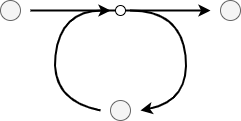
This is specification/src/assets/diagrams/EdgeLoop.png from epi-project/brane-documentation, a draw.io export, as it was before one commit. Source tidied: cells renumbered, new cells last; positions are measured from the earlier drawing's top-left corner, leaving out a move shared by most shapes. The source it was exported from:
```xml
<mxGraphModel>
  <root>
    <mxCell id="0" />
    <mxCell id="1" parent="0" />
    <mxCell id="2" style="ellipse;whiteSpace=wrap;html=1;fillColor=#f5f5f5;fontColor=#333333;strokeColor=#666666;" parent="1" vertex="1">
      <mxGeometry width="20" height="20" as="geometry" />
    </mxCell>
    <mxCell id="3" style="endArrow=classic;html=1;rounded=0;strokeWidth=2;endFill=1;" parent="1" edge="1">
      <mxGeometry relative="1" as="geometry">
        <mxPoint x="30" y="10" as="sourcePoint" />
        <mxPoint x="210" y="10" as="targetPoint" />
      </mxGeometry>
    </mxCell>
    <mxCell id="4" style="ellipse;whiteSpace=wrap;html=1;fillColor=#f5f5f5;fontColor=#333333;strokeColor=#666666;" parent="1" vertex="1">
      <mxGeometry x="110" y="100" width="20" height="20" as="geometry" />
    </mxCell>
    <mxCell id="5" style="ellipse;whiteSpace=wrap;html=1;fillColor=#f5f5f5;fontColor=#333333;strokeColor=#666666;" parent="1" vertex="1">
      <mxGeometry x="220" width="20" height="20" as="geometry" />
    </mxCell>
    <mxCell id="6" style="curved=1;endArrow=classic;html=1;rounded=0;strokeWidth=2;" parent="1" edge="1">
      <mxGeometry relative="1" as="geometry">
        <mxPoint x="130" y="10" as="sourcePoint" />
        <mxPoint x="140" y="110" as="targetPoint" />
        <Array as="points">
          <mxPoint x="180" y="10" />
          <mxPoint x="190" y="100" />
        </Array>
      </mxGeometry>
    </mxCell>
    <mxCell id="7" style="ellipse;whiteSpace=wrap;html=1;" parent="1" vertex="1">
      <mxGeometry x="115" y="5" width="10" height="10" as="geometry" />
    </mxCell>
    <mxCell id="8" style="curved=1;endArrow=classic;html=1;rounded=0;strokeWidth=2;" parent="1" edge="1">
      <mxGeometry relative="1" as="geometry">
        <mxPoint x="100" y="110" as="sourcePoint" />
        <mxPoint x="110" y="10" as="targetPoint" />
        <Array as="points">
          <mxPoint x="50" y="100" />
          <mxPoint x="60" y="10" />
        </Array>
      </mxGeometry>
    </mxCell>
  </root>
</mxGraphModel>
```
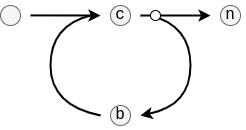
Above is the later version.

What changed in the source:
```diff
@@ -7,38 +7,56 @@
     </mxCell>
     <mxCell id="3" style="endArrow=classic;html=1;rounded=0;strokeWidth=2;endFill=1;" parent="1" edge="1">
       <mxGeometry relative="1" as="geometry">
-        <mxPoint x="30" y="10" as="sourcePoint" />
+        <mxPoint x="140" y="10" as="sourcePoint" />
         <mxPoint x="210" y="10" as="targetPoint" />
       </mxGeometry>
     </mxCell>
-    <mxCell id="4" style="ellipse;whiteSpace=wrap;html=1;fillColor=#f5f5f5;fontColor=#333333;strokeColor=#666666;" parent="1" vertex="1">
+    <mxCell id="4" style="ellipse;whiteSpace=wrap;html=1;fillColor=#f5f5f5;fontColor=#333333;strokeColor=#666666;fontFamily=Courier New;" parent="1" vertex="1">
       <mxGeometry x="110" y="100" width="20" height="20" as="geometry" />
     </mxCell>
-    <mxCell id="5" style="ellipse;whiteSpace=wrap;html=1;fillColor=#f5f5f5;fontColor=#333333;strokeColor=#666666;" parent="1" vertex="1">
+    <mxCell id="5" style="ellipse;whiteSpace=wrap;html=1;fillColor=#f5f5f5;fontColor=#333333;strokeColor=#666666;fontFamily=Courier New;" parent="1" vertex="1">
       <mxGeometry x="220" width="20" height="20" as="geometry" />
     </mxCell>
     <mxCell id="6" style="curved=1;endArrow=classic;html=1;rounded=0;strokeWidth=2;" parent="1" edge="1">
       <mxGeometry relative="1" as="geometry">
-        <mxPoint x="130" y="10" as="sourcePoint" />
+        <mxPoint x="150" y="10" as="sourcePoint" />
         <mxPoint x="140" y="110" as="targetPoint" />
         <Array as="points">
-          <mxPoint x="180" y="10" />
+          <mxPoint x="190" y="20" />
           <mxPoint x="190" y="100" />
         </Array>
       </mxGeometry>
     </mxCell>
     <mxCell id="7" style="ellipse;whiteSpace=wrap;html=1;" parent="1" vertex="1">
-      <mxGeometry x="115" y="5" width="10" height="10" as="geometry" />
+      <mxGeometry x="150" y="5" width="10" height="10" as="geometry" />
     </mxCell>
-    <mxCell id="8" style="curved=1;endArrow=classic;html=1;rounded=0;strokeWidth=2;" parent="1" edge="1">
+    <mxCell id="8" style="curved=1;endArrow=none;html=1;rounded=0;strokeWidth=2;endFill=0;" parent="1" edge="1">
       <mxGeometry relative="1" as="geometry">
         <mxPoint x="100" y="110" as="sourcePoint" />
-        <mxPoint x="110" y="10" as="targetPoint" />
+        <mxPoint x="90" y="10" as="targetPoint" />
         <Array as="points">
           <mxPoint x="50" y="100" />
-          <mxPoint x="60" y="10" />
+          <mxPoint x="50" y="20" />
         </Array>
       </mxGeometry>
     </mxCell>
+    <mxCell id="9" style="ellipse;whiteSpace=wrap;html=1;fillColor=#f5f5f5;fontColor=#333333;strokeColor=#666666;" parent="1" vertex="1">
+      <mxGeometry x="110" width="20" height="20" as="geometry" />
+    </mxCell>
+    <mxCell id="10" style="endArrow=classic;html=1;rounded=0;strokeWidth=2;endFill=1;" parent="1" edge="1">
+      <mxGeometry relative="1" as="geometry">
+        <mxPoint x="30" y="9.9" as="sourcePoint" />
+        <mxPoint x="100" y="10" as="targetPoint" />
+      </mxGeometry>
+    </mxCell>
+    <mxCell id="11" value="&lt;font face=&quot;Courier New&quot; style=&quot;font-size: 16px;&quot;&gt;n&lt;/font&gt;" style="text;html=1;strokeColor=none;fillColor=none;align=center;verticalAlign=middle;whiteSpace=wrap;rounded=0;" parent="1" vertex="1">
+      <mxGeometry x="215" y="-5" width="30" height="30" as="geometry" />
+    </mxCell>
+    <mxCell id="12" value="&lt;font face=&quot;Courier New&quot; style=&quot;font-size: 16px;&quot;&gt;b&lt;/font&gt;" style="text;html=1;strokeColor=none;fillColor=none;align=center;verticalAlign=middle;whiteSpace=wrap;rounded=0;" parent="1" vertex="1">
+      <mxGeometry x="105" y="95" width="30" height="30" as="geometry" />
+    </mxCell>
+    <mxCell id="13" value="&lt;font face=&quot;Courier New&quot; style=&quot;font-size: 16px;&quot;&gt;c&lt;/font&gt;" style="text;html=1;strokeColor=none;fillColor=none;align=center;verticalAlign=middle;whiteSpace=wrap;rounded=0;" parent="1" vertex="1">
+      <mxGeometry x="105" y="-5" width="30" height="30" as="geometry" />
+    </mxCell>
   </root>
 </mxGraphModel>
```
